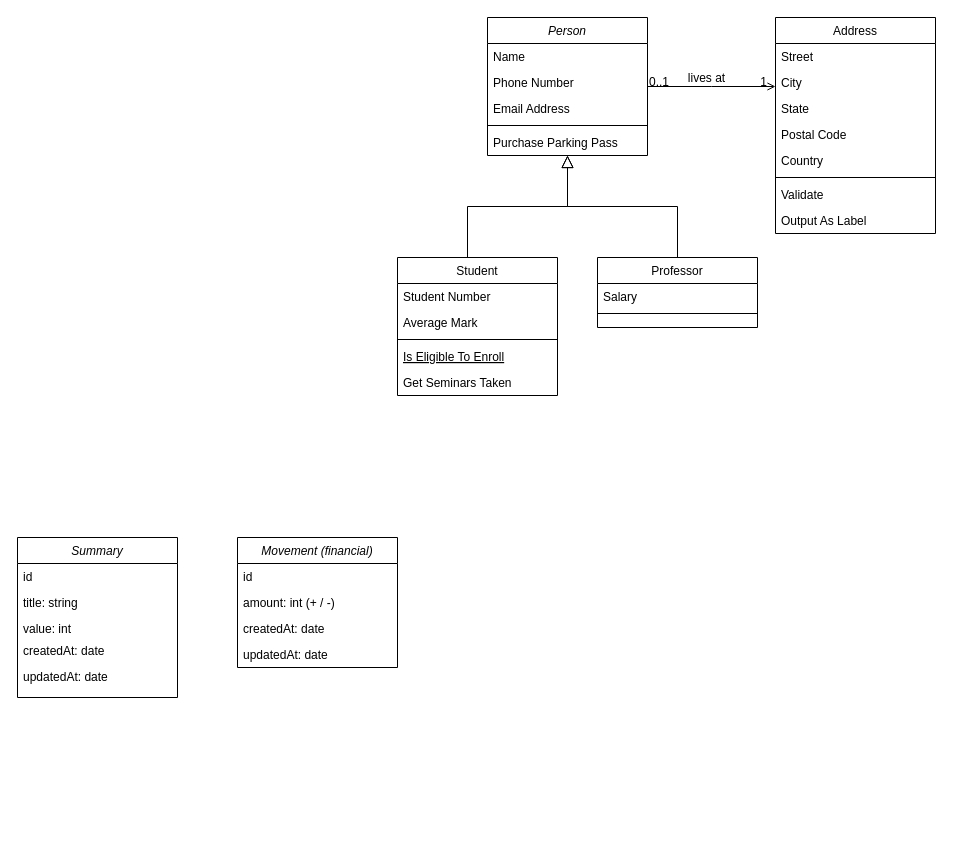
Before: StockReport.drawio in thomas-claireau/stockreport, a draw.io diagram. Source tidied: cells renumbered, new cells numbered last; positions are measured from the earlier drawing's top-left corner, leaving out a move shared by most shapes. Both pictures are drawn from the tidied source at 100%, with x=0, y=0 at pixel (17, 17).
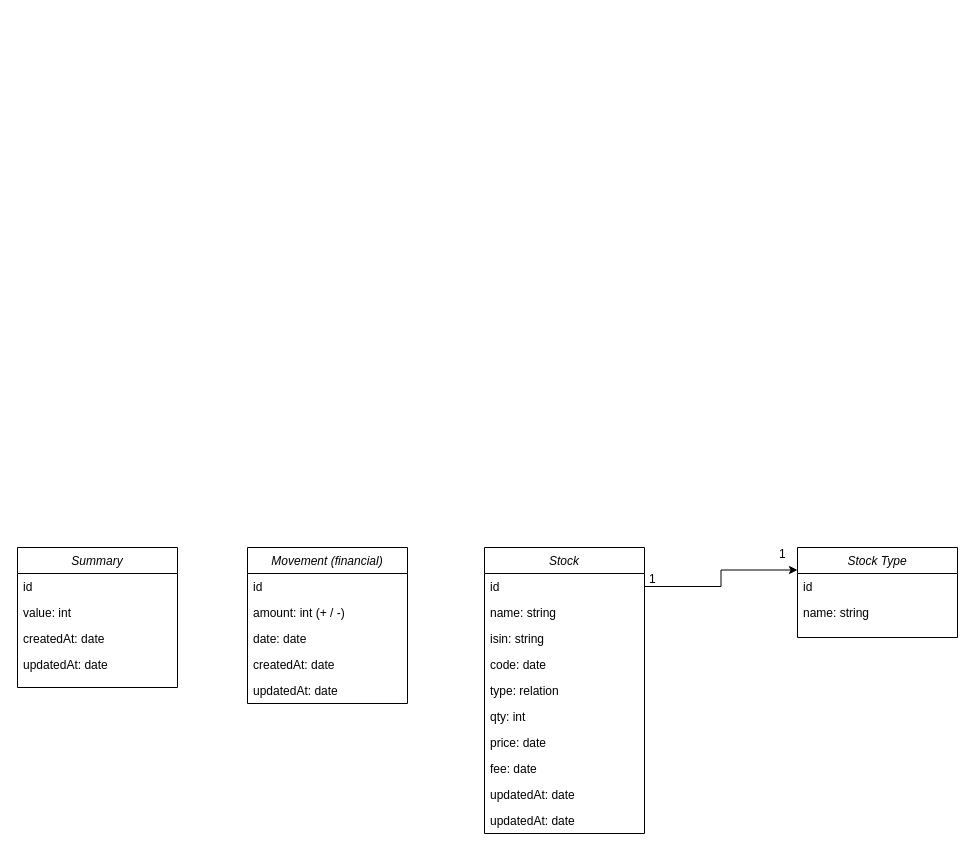
Above is the later version.

Diff of the diagram source:
```diff
@@
-    <mxCell id="2" value="Person" style="swimlane;fontStyle=2;align=center;verticalAlign=top;horizontal=1;startSize=26;rounded=0;shadow=0;strokeWidth=1;" parent="1" vertex="1">
-      <mxGeometry x="470" width="160" height="138" as="geometry" />
-    </mxCell>
-    <mxCell id="3" value="Name" style="text;align=left;verticalAlign=top;spacingLeft=4;spacingRight=4;overflow=hidden;" parent="2" vertex="1">
-      <mxGeometry y="26" width="160" height="26" as="geometry" />
-    </mxCell>
-    <mxCell id="4" value="Phone Number" style="text;align=left;verticalAlign=top;spacingLeft=4;spacingRight=4;overflow=hidden;rounded=0;shadow=0;html=0;" parent="2" vertex="1">
-      <mxGeometry y="52" width="160" height="26" as="geometry" />
-    </mxCell>
-    <mxCell id="5" value="Email Address" style="text;align=left;verticalAlign=top;spacingLeft=4;spacingRight=4;overflow=hidden;rounded=0;shadow=0;html=0;" parent="2" vertex="1">
-      <mxGeometry y="78" width="160" height="26" as="geometry" />
-    </mxCell>
-    <mxCell id="6" style="line;html=1;strokeWidth=1;align=left;verticalAlign=middle;spacingTop=-1;spacingLeft=3;spacingRight=3;labelPosition=right;" parent="2" vertex="1">
-      <mxGeometry y="104" width="160" height="8" as="geometry" />
-    </mxCell>
-    <mxCell id="7" value="Purchase Parking Pass" style="text;align=left;verticalAlign=top;spacingLeft=4;spacingRight=4;overflow=hidden;" parent="2" vertex="1">
-      <mxGeometry y="112" width="160" height="26" as="geometry" />
-    </mxCell>
-    <mxCell id="8" value="Student" style="swimlane;fontStyle=0;align=center;verticalAlign=top;horizontal=1;startSize=26;rounded=0;shadow=0;strokeWidth=1;" parent="1" vertex="1">
-      <mxGeometry x="380" y="240" width="160" height="138" as="geometry" />
-    </mxCell>
-    <mxCell id="9" value="Student Number" style="text;align=left;verticalAlign=top;spacingLeft=4;spacingRight=4;overflow=hidden;" parent="8" vertex="1">
-      <mxGeometry y="26" width="160" height="26" as="geometry" />
-    </mxCell>
-    <mxCell id="10" value="Average Mark" style="text;align=left;verticalAlign=top;spacingLeft=4;spacingRight=4;overflow=hidden;rounded=0;shadow=0;html=0;" parent="8" vertex="1">
-      <mxGeometry y="52" width="160" height="26" as="geometry" />
-    </mxCell>
-    <mxCell id="11" style="line;html=1;strokeWidth=1;align=left;verticalAlign=middle;spacingTop=-1;spacingLeft=3;spacingRight=3;labelPosition=right;" parent="8" vertex="1">
-      <mxGeometry y="78" width="160" height="8" as="geometry" />
-    </mxCell>
-    <mxCell id="12" value="Is Eligible To Enroll" style="text;align=left;verticalAlign=top;spacingLeft=4;spacingRight=4;overflow=hidden;fontStyle=4;" parent="8" vertex="1">
-      <mxGeometry y="86" width="160" height="26" as="geometry" />
-    </mxCell>
-    <mxCell id="13" value="Get Seminars Taken" style="text;align=left;verticalAlign=top;spacingLeft=4;spacingRight=4;overflow=hidden;" parent="8" vertex="1">
-      <mxGeometry y="112" width="160" height="26" as="geometry" />
-    </mxCell>
-    <mxCell id="14" style="endArrow=block;endSize=10;endFill=0;shadow=0;strokeWidth=1;rounded=0;edgeStyle=elbowEdgeStyle;elbow=vertical;" parent="1" edge="1" target="2">
-      <mxGeometry relative="1" as="geometry">
-        <mxPoint x="450" y="240" as="sourcePoint" />
-      </mxGeometry>
-    </mxCell>
-    <mxCell id="15" value="Professor" style="swimlane;fontStyle=0;align=center;verticalAlign=top;horizontal=1;startSize=26;rounded=0;shadow=0;strokeWidth=1;" parent="1" vertex="1">
-      <mxGeometry x="580" y="240" width="160" height="70" as="geometry" />
-    </mxCell>
-    <mxCell id="16" value="Salary" style="text;align=left;verticalAlign=top;spacingLeft=4;spacingRight=4;overflow=hidden;" parent="15" vertex="1">
-      <mxGeometry y="26" width="160" height="26" as="geometry" />
-    </mxCell>
-    <mxCell id="17" style="line;html=1;strokeWidth=1;align=left;verticalAlign=middle;spacingTop=-1;spacingLeft=3;spacingRight=3;labelPosition=right;" parent="15" vertex="1">
-      <mxGeometry y="52" width="160" height="8" as="geometry" />
-    </mxCell>
-    <mxCell id="18" style="endArrow=block;endSize=10;endFill=0;shadow=0;strokeWidth=1;rounded=0;edgeStyle=elbowEdgeStyle;elbow=vertical;" parent="1" edge="1" source="15" target="2">
-      <mxGeometry relative="1" as="geometry" />
-    </mxCell>
-    <mxCell id="19" value="Address" style="swimlane;fontStyle=0;align=center;verticalAlign=top;horizontal=1;startSize=26;rounded=0;shadow=0;strokeWidth=1;" parent="1" vertex="1">
-      <mxGeometry x="758" width="160" height="216" as="geometry" />
-    </mxCell>
-    <mxCell id="20" value="Street" style="text;align=left;verticalAlign=top;spacingLeft=4;spacingRight=4;overflow=hidden;" parent="19" vertex="1">
-      <mxGeometry y="26" width="160" height="26" as="geometry" />
-    </mxCell>
-    <mxCell id="21" value="City" style="text;align=left;verticalAlign=top;spacingLeft=4;spacingRight=4;overflow=hidden;rounded=0;shadow=0;html=0;" parent="19" vertex="1">
-      <mxGeometry y="52" width="160" height="26" as="geometry" />
-    </mxCell>
-    <mxCell id="22" value="State" style="text;align=left;verticalAlign=top;spacingLeft=4;spacingRight=4;overflow=hidden;rounded=0;shadow=0;html=0;" parent="19" vertex="1">
-      <mxGeometry y="78" width="160" height="26" as="geometry" />
-    </mxCell>
-    <mxCell id="23" value="Postal Code" style="text;align=left;verticalAlign=top;spacingLeft=4;spacingRight=4;overflow=hidden;rounded=0;shadow=0;html=0;" parent="19" vertex="1">
-      <mxGeometry y="104" width="160" height="26" as="geometry" />
-    </mxCell>
-    <mxCell id="24" value="Country" style="text;align=left;verticalAlign=top;spacingLeft=4;spacingRight=4;overflow=hidden;rounded=0;shadow=0;html=0;" parent="19" vertex="1">
-      <mxGeometry y="130" width="160" height="26" as="geometry" />
-    </mxCell>
-    <mxCell id="25" style="line;html=1;strokeWidth=1;align=left;verticalAlign=middle;spacingTop=-1;spacingLeft=3;spacingRight=3;labelPosition=right;" parent="19" vertex="1">
-      <mxGeometry y="156" width="160" height="8" as="geometry" />
-    </mxCell>
-    <mxCell id="26" value="Validate" style="text;align=left;verticalAlign=top;spacingLeft=4;spacingRight=4;overflow=hidden;" parent="19" vertex="1">
-      <mxGeometry y="164" width="160" height="26" as="geometry" />
-    </mxCell>
-    <mxCell id="27" value="Output As Label" style="text;align=left;verticalAlign=top;spacingLeft=4;spacingRight=4;overflow=hidden;" parent="19" vertex="1">
-      <mxGeometry y="190" width="160" height="26" as="geometry" />
-    </mxCell>
-    <mxCell id="28" style="endArrow=open;shadow=0;strokeWidth=1;rounded=0;endFill=1;edgeStyle=elbowEdgeStyle;elbow=vertical;" parent="1" edge="1" source="2" target="19">
-      <mxGeometry x="0.5" y="41" relative="1" as="geometry">
-        <mxPoint x="-40" y="32" as="offset" />
-      </mxGeometry>
-    </mxCell>
-    <mxCell id="29" value="0..1" style="align=left;verticalAlign=bottom;labelBackgroundColor=none;fontSize=12;" parent="28" vertex="1">
-      <mxGeometry x="-1" relative="1" as="geometry">
-        <mxPoint y="4" as="offset" />
-      </mxGeometry>
-    </mxCell>
-    <mxCell id="30" value="1" style="align=right;verticalAlign=bottom;labelBackgroundColor=none;fontSize=12;" parent="28" vertex="1">
-      <mxGeometry x="1" relative="1" as="geometry">
-        <mxPoint x="-7" y="4" as="offset" />
-      </mxGeometry>
-    </mxCell>
-    <mxCell id="31" value="lives at" style="text;html=1;align=center;verticalAlign=middle;labelBackgroundColor=none;rounded=0;shadow=0;strokeWidth=1;fontSize=12;" parent="28" vertex="1">
-      <mxGeometry x="0.5" y="49" relative="1" as="geometry">
-        <mxPoint x="-38" y="40" as="offset" />
-      </mxGeometry>
-    </mxCell>
     <mxCell id="32" value="Summary" style="swimlane;fontStyle=2;align=center;verticalAlign=top;horizontal=1;startSize=26;rounded=0;shadow=0;strokeWidth=1;" parent="1" vertex="1">
-      <mxGeometry y="520" width="160" height="160" as="geometry" />
+      <mxGeometry y="530" width="160" height="140" as="geometry" />
     </mxCell>
@@
-    <mxCell id="34" value="title: string" style="text;align=left;verticalAlign=top;spacingLeft=4;spacingRight=4;overflow=hidden;rounded=0;shadow=0;html=0;" parent="32" vertex="1">
-      <mxGeometry y="52" width="160" height="26" as="geometry" />
-    </mxCell>
     <mxCell id="35" value="value: int" style="text;align=left;verticalAlign=top;spacingLeft=4;spacingRight=4;overflow=hidden;rounded=0;shadow=0;html=0;" parent="32" vertex="1">
-      <mxGeometry y="78" width="160" height="26" as="geometry" />
+      <mxGeometry y="52" width="160" height="26" as="geometry" />
     </mxCell>
+    <mxCell id="41" value="createdAt: date" style="text;align=left;verticalAlign=top;spacingLeft=4;spacingRight=4;overflow=hidden;rounded=0;shadow=0;html=0;" parent="32" vertex="1">
+      <mxGeometry y="78" width="160" height="26" as="geometry" />
+    </mxCell>
+    <mxCell id="42" value="updatedAt: date" style="text;align=left;verticalAlign=top;spacingLeft=4;spacingRight=4;overflow=hidden;rounded=0;shadow=0;html=0;" parent="32" vertex="1">
+      <mxGeometry y="104" width="160" height="26" as="geometry" />
+    </mxCell>
     <mxCell id="36" value="Movement (financial)" style="swimlane;fontStyle=2;align=center;verticalAlign=top;horizontal=1;startSize=26;rounded=0;shadow=0;strokeWidth=1;" parent="1" vertex="1">
-      <mxGeometry x="220" y="520" width="160" height="130" as="geometry" />
+      <mxGeometry x="230" y="530" width="160" height="156" as="geometry" />
     </mxCell>
@@
-    <mxCell id="39" value="createdAt: date" style="text;align=left;verticalAlign=top;spacingLeft=4;spacingRight=4;overflow=hidden;rounded=0;shadow=0;html=0;" parent="36" vertex="1">
+    <mxCell id="39" value="date: date" style="text;align=left;verticalAlign=top;spacingLeft=4;spacingRight=4;overflow=hidden;rounded=0;shadow=0;html=0;" parent="36" vertex="1">
       <mxGeometry y="78" width="160" height="26" as="geometry" />
     </mxCell>
-    <mxCell id="40" value="updatedAt: date" style="text;align=left;verticalAlign=top;spacingLeft=4;spacingRight=4;overflow=hidden;rounded=0;shadow=0;html=0;" parent="36" vertex="1">
+    <mxCell id="40" value="createdAt: date" style="text;align=left;verticalAlign=top;spacingLeft=4;spacingRight=4;overflow=hidden;rounded=0;shadow=0;html=0;" parent="36" vertex="1">
       <mxGeometry y="104" width="160" height="26" as="geometry" />
     </mxCell>
-    <mxCell id="41" value="createdAt: date" style="text;align=left;verticalAlign=top;spacingLeft=4;spacingRight=4;overflow=hidden;rounded=0;shadow=0;html=0;" parent="1" vertex="1">
-      <mxGeometry y="620" width="160" height="26" as="geometry" />
-    </mxCell>
-    <mxCell id="42" value="updatedAt: date" style="text;align=left;verticalAlign=top;spacingLeft=4;spacingRight=4;overflow=hidden;rounded=0;shadow=0;html=0;" parent="1" vertex="1">
-      <mxGeometry y="646" width="160" height="26" as="geometry" />
-    </mxCell>
+    <mxCell id="43" value="updatedAt: date" style="text;align=left;verticalAlign=top;spacingLeft=4;spacingRight=4;overflow=hidden;rounded=0;shadow=0;html=0;" parent="36" vertex="1">
+      <mxGeometry y="130" width="160" height="26" as="geometry" />
+    </mxCell>
+    <mxCell id="44" value="Stock" style="swimlane;fontStyle=2;align=center;verticalAlign=top;horizontal=1;startSize=26;rounded=0;shadow=0;strokeWidth=1;" parent="1" vertex="1">
+      <mxGeometry x="467" y="530" width="160" height="286" as="geometry" />
+    </mxCell>
+    <mxCell id="45" value="id" style="text;align=left;verticalAlign=top;spacingLeft=4;spacingRight=4;overflow=hidden;points=[[0,0.5],[1,0.5]];portConstraint=eastwest;" parent="44" vertex="1">
+      <mxGeometry y="26" width="160" height="26" as="geometry" />
+    </mxCell>
+    <mxCell id="46" value="name: string" style="text;align=left;verticalAlign=top;spacingLeft=4;spacingRight=4;overflow=hidden;rounded=0;shadow=0;html=0;" parent="44" vertex="1">
+      <mxGeometry y="52" width="160" height="26" as="geometry" />
+    </mxCell>
+    <mxCell id="47" value="isin: string" style="text;align=left;verticalAlign=top;spacingLeft=4;spacingRight=4;overflow=hidden;rounded=0;shadow=0;html=0;" parent="44" vertex="1">
+      <mxGeometry y="78" width="160" height="26" as="geometry" />
+    </mxCell>
+    <mxCell id="48" value="code: date" style="text;align=left;verticalAlign=top;spacingLeft=4;spacingRight=4;overflow=hidden;rounded=0;shadow=0;html=0;" parent="44" vertex="1">
+      <mxGeometry y="104" width="160" height="26" as="geometry" />
+    </mxCell>
+    <mxCell id="49" value="type: relation" style="text;align=left;verticalAlign=top;spacingLeft=4;spacingRight=4;overflow=hidden;rounded=0;shadow=0;html=0;" parent="44" vertex="1">
+      <mxGeometry y="130" width="160" height="26" as="geometry" />
+    </mxCell>
+    <mxCell id="50" value="qty: int" style="text;align=left;verticalAlign=top;spacingLeft=4;spacingRight=4;overflow=hidden;rounded=0;shadow=0;html=0;" parent="44" vertex="1">
+      <mxGeometry y="156" width="160" height="26" as="geometry" />
+    </mxCell>
+    <mxCell id="51" value="price: date" style="text;align=left;verticalAlign=top;spacingLeft=4;spacingRight=4;overflow=hidden;rounded=0;shadow=0;html=0;" parent="44" vertex="1">
+      <mxGeometry y="182" width="160" height="26" as="geometry" />
+    </mxCell>
+    <mxCell id="52" value="fee: date" style="text;align=left;verticalAlign=top;spacingLeft=4;spacingRight=4;overflow=hidden;rounded=0;shadow=0;html=0;" parent="44" vertex="1">
+      <mxGeometry y="208" width="160" height="26" as="geometry" />
+    </mxCell>
+    <mxCell id="53" value="updatedAt: date" style="text;align=left;verticalAlign=top;spacingLeft=4;spacingRight=4;overflow=hidden;rounded=0;shadow=0;html=0;" parent="44" vertex="1">
+      <mxGeometry y="234" width="160" height="26" as="geometry" />
+    </mxCell>
+    <mxCell id="54" value="updatedAt: date" style="text;align=left;verticalAlign=top;spacingLeft=4;spacingRight=4;overflow=hidden;rounded=0;shadow=0;html=0;" parent="44" vertex="1">
+      <mxGeometry y="260" width="160" height="26" as="geometry" />
+    </mxCell>
+    <mxCell id="55" value="Stock Type" style="swimlane;fontStyle=2;align=center;verticalAlign=top;horizontal=1;startSize=26;rounded=0;shadow=0;strokeWidth=1;" parent="1" vertex="1">
+      <mxGeometry x="780" y="530" width="160" height="90" as="geometry" />
+    </mxCell>
+    <mxCell id="56" value="id" style="text;align=left;verticalAlign=top;spacingLeft=4;spacingRight=4;overflow=hidden;" parent="55" vertex="1">
+      <mxGeometry y="26" width="160" height="26" as="geometry" />
+    </mxCell>
+    <mxCell id="57" value="name: string" style="text;align=left;verticalAlign=top;spacingLeft=4;spacingRight=4;overflow=hidden;rounded=0;shadow=0;html=0;" parent="55" vertex="1">
+      <mxGeometry y="52" width="160" height="26" as="geometry" />
+    </mxCell>
+    <mxCell id="58" style="edgeStyle=orthogonalEdgeStyle;rounded=0;jettySize=auto;html=1;exitX=1;exitY=0.5;exitDx=0;exitDy=0;entryX=0;entryY=0.25;entryDx=0;entryDy=0;" parent="1" edge="1" source="45" target="55">
+      <mxGeometry relative="1" as="geometry" />
+    </mxCell>
+    <mxCell id="59" value="1" style="align=left;verticalAlign=bottom;labelBackgroundColor=none;fontSize=12;" parent="1" vertex="1">
+      <mxGeometry x="630" y="570" as="geometry" />
+    </mxCell>
+    <mxCell id="60" value="1" style="align=left;verticalAlign=bottom;labelBackgroundColor=none;fontSize=12;" parent="1" vertex="1">
+      <mxGeometry x="760" y="545" as="geometry" />
+    </mxCell>
```
